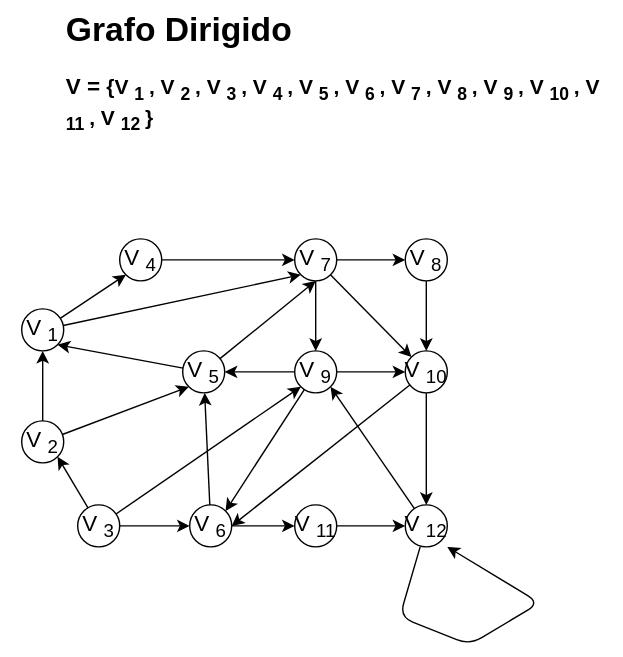
The draw.io diagram Estructura-de-datos/Grafos/Ejercicio-grafosdir.drawio.svg in Nordcode-cyber/Algoritmos-Estructdatos, before a commit. Source tidied: cells renumbered, new cells last; positions are measured from the earlier drawing's top-left corner, leaving out a move shared by most shapes.
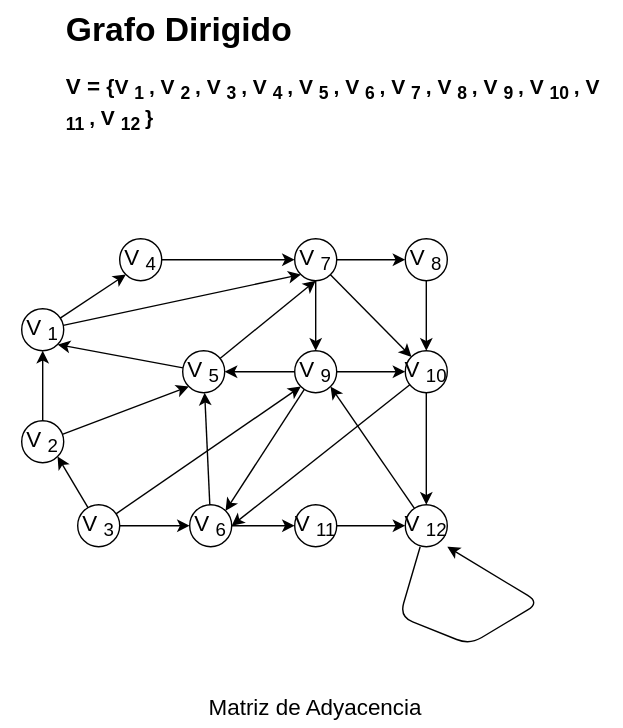
The same diagram one commit later.

What changed in the source:
```diff
@@ -155,5 +155,8 @@
     <mxCell id="50" value="&lt;font style=&quot;font-size: 16px; color: light-dark(rgb(0, 0, 0), rgb(255, 0, 0));&quot;&gt;V&lt;sub&gt;12&lt;/sub&gt;&lt;/font&gt;" style="text;html=1;align=center;verticalAlign=middle;whiteSpace=wrap;rounded=0;" parent="1" vertex="1">
       <mxGeometry x="274" y="360" width="60" height="30" as="geometry" />
     </mxCell>
+    <mxCell id="51" value="&lt;font style=&quot;color: light-dark(rgb(0, 0, 0), rgb(51, 255, 51)); font-size: 16px;&quot;&gt;Matriz de Adyacencia&lt;/font&gt;" style="text;html=1;align=center;verticalAlign=middle;whiteSpace=wrap;rounded=0;" parent="1" vertex="1">
+      <mxGeometry x="105" y="490" width="240" height="30" as="geometry" />
+    </mxCell>
   </root>
 </mxGraphModel>
```
